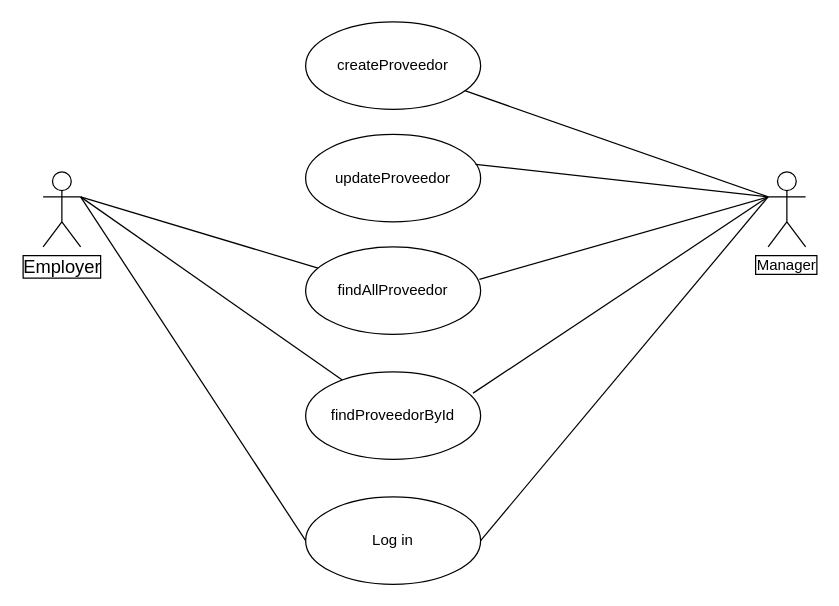
Before: Documentación/Diagrama de caso de uso Proveedor/Diagrama de caso de uso Proveedor.drawio in idanirf/GADAM, a draw.io diagram. Source tidied: cells renumbered, new cells numbered last; positions are measured from the earlier drawing's top-left corner, leaving out a move shared by most shapes. Both pictures are drawn from the tidied source at 125%, with x=0, y=0 at pixel (42, 21).
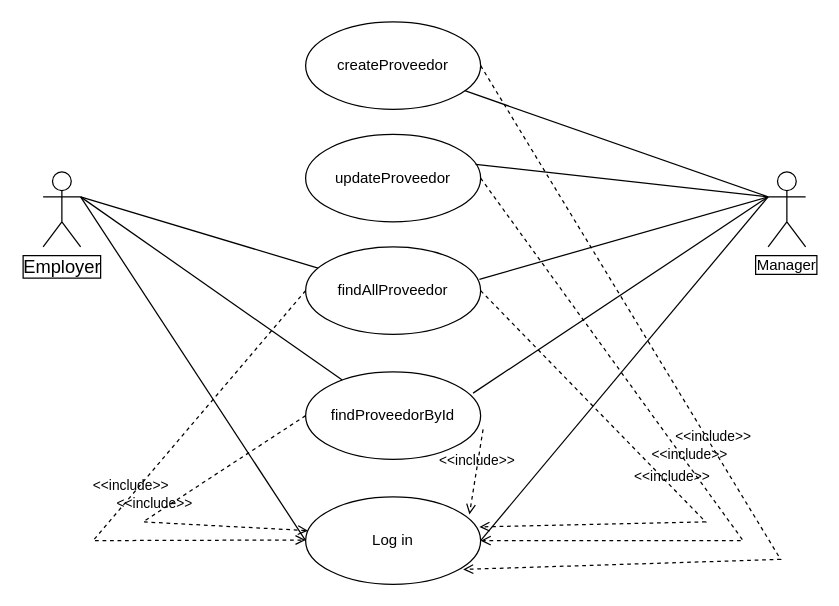
After the change.

Commit message (it also covers changes not shown here):
Modificacion de diagrama de caso de uso

The change refers to these unchanged cells:
```xml
<mxCell id="5" value="createProveedor" style="ellipse;whiteSpace=wrap;html=1;" parent="1" vertex="1">
  <mxGeometry x="210" width="140" height="70" as="geometry" />
</mxCell>
<mxCell id="6" value="updateProveedor" style="ellipse;whiteSpace=wrap;html=1;" parent="1" vertex="1">
  <mxGeometry x="210" y="90" width="140" height="70" as="geometry" />
</mxCell>
<mxCell id="7" value="findAllProveedor" style="ellipse;whiteSpace=wrap;html=1;" parent="1" vertex="1">
  <mxGeometry x="210" y="180" width="140" height="70" as="geometry" />
</mxCell>
<mxCell id="11" value="Log in" style="ellipse;whiteSpace=wrap;html=1;" parent="1" vertex="1">
  <mxGeometry x="210" y="380" width="140" height="70" as="geometry" />
</mxCell>
<mxCell id="14" value="findProveedorById" style="ellipse;whiteSpace=wrap;html=1;" parent="1" vertex="1">
  <mxGeometry x="210" y="280" width="140" height="70" as="geometry" />
</mxCell>
```

What changed in the source:
```diff
@@
+    <mxCell id="17" value="&amp;lt;&amp;lt;include&amp;gt;&amp;gt;" style="html=1;verticalAlign=bottom;labelBackgroundColor=none;endArrow=open;endFill=0;dashed=1;rounded=0;exitX=1;exitY=0.5;exitDx=0;exitDy=0;entryX=0.9;entryY=0.829;entryDx=0;entryDy=0;entryPerimeter=0;" parent="1" edge="1" source="5" target="11">
+      <mxGeometry relative="1" as="geometry">
+        <Array as="points">
+          <mxPoint x="590" y="430" />
+        </Array>
+      </mxGeometry>
+    </mxCell>
+    <mxCell id="18" value="&amp;lt;&amp;lt;include&amp;gt;&amp;gt;" style="html=1;verticalAlign=bottom;labelBackgroundColor=none;endArrow=open;endFill=0;dashed=1;rounded=0;exitX=1;exitY=0.5;exitDx=0;exitDy=0;entryX=1;entryY=0.5;entryDx=0;entryDy=0;" parent="1" edge="1" source="6" target="11">
+      <mxGeometry relative="1" as="geometry">
+        <Array as="points">
+          <mxPoint x="560" y="415" />
+        </Array>
+      </mxGeometry>
+    </mxCell>
+    <mxCell id="19" value="&amp;lt;&amp;lt;include&amp;gt;&amp;gt;" style="html=1;verticalAlign=bottom;labelBackgroundColor=none;endArrow=open;endFill=0;dashed=1;rounded=0;exitX=1;exitY=0.5;exitDx=0;exitDy=0;entryX=0.993;entryY=0.343;entryDx=0;entryDy=0;entryPerimeter=0;" parent="1" edge="1" source="7" target="11">
+      <mxGeometry relative="1" as="geometry">
+        <Array as="points">
+          <mxPoint x="530" y="400" />
+        </Array>
+      </mxGeometry>
+    </mxCell>
+    <mxCell id="20" value="&amp;lt;&amp;lt;include&amp;gt;&amp;gt;" style="html=1;verticalAlign=bottom;labelBackgroundColor=none;endArrow=open;endFill=0;dashed=1;rounded=0;exitX=1.014;exitY=0.657;exitDx=0;exitDy=0;entryX=0.936;entryY=0.2;entryDx=0;entryDy=0;entryPerimeter=0;exitPerimeter=0;" parent="1" edge="1" source="14" target="11">
+      <mxGeometry relative="1" as="geometry" />
+    </mxCell>
+    <mxCell id="21" value="&amp;lt;&amp;lt;include&amp;gt;&amp;gt;" style="html=1;verticalAlign=bottom;labelBackgroundColor=none;endArrow=open;endFill=0;dashed=1;rounded=0;exitX=0;exitY=0.5;exitDx=0;exitDy=0;" parent="1" edge="1" source="7">
+      <mxGeometry relative="1" as="geometry">
+        <mxPoint x="210" y="414.5" as="targetPoint" />
+        <Array as="points">
+          <mxPoint x="40" y="415" />
+        </Array>
+      </mxGeometry>
+    </mxCell>
+    <mxCell id="22" value="&amp;lt;&amp;lt;include&amp;gt;&amp;gt;" style="html=1;verticalAlign=bottom;labelBackgroundColor=none;endArrow=open;endFill=0;dashed=1;rounded=0;exitX=0;exitY=0.5;exitDx=0;exitDy=0;entryX=0.014;entryY=0.386;entryDx=0;entryDy=0;entryPerimeter=0;" parent="1" edge="1" source="14" target="11">
+      <mxGeometry relative="1" as="geometry">
+        <Array as="points">
+          <mxPoint x="80" y="400" />
+        </Array>
+      </mxGeometry>
+    </mxCell>
```
